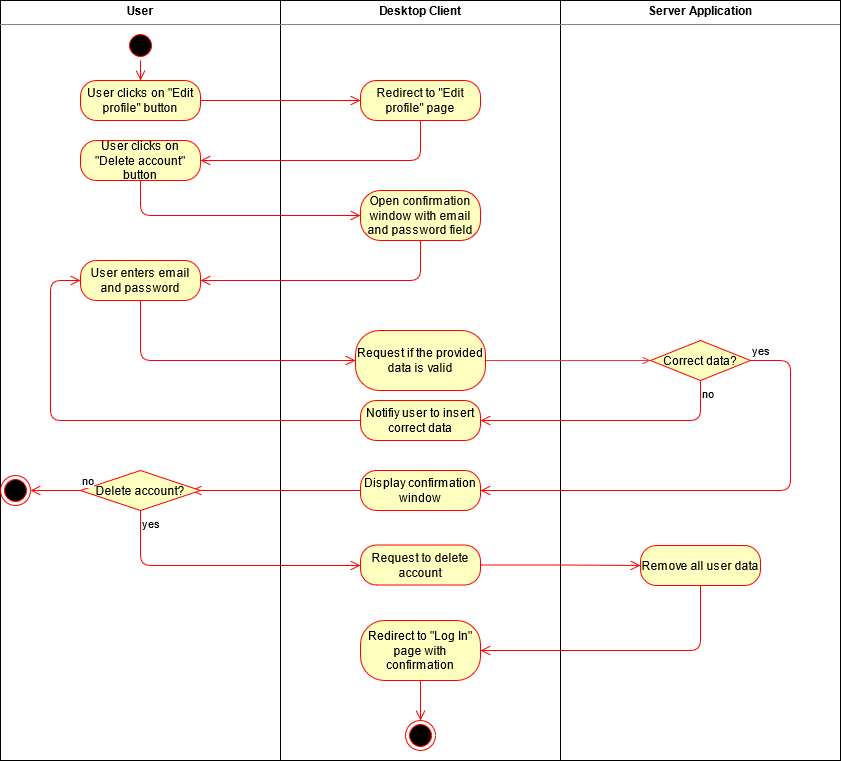
This is Diagrams/Activity Diagrams/DeleteAccountActivityDiagram.png from LorenzSeufert/CeangalMessenger---Documentation, a draw.io export, as it was before one commit. Source tidied: cells renumbered, new cells last; positions are measured from the earlier drawing's top-left corner, leaving out a move shared by most shapes. Source of this version:
```xml
<mxGraphModel>
  <root>
    <mxCell id="0" />
    <mxCell id="1" parent="0" />
    <mxCell id="2" value="&lt;p style=&quot;margin: 0px ; margin-top: 4px ; text-align: center&quot;&gt;&lt;b&gt;User&lt;/b&gt;&lt;br&gt;&lt;/p&gt;&lt;hr size=&quot;1&quot;&gt;" style="verticalAlign=top;align=left;overflow=fill;fontSize=12;fontFamily=Helvetica;html=1;" parent="1" vertex="1">
      <mxGeometry width="280" height="760" as="geometry" />
    </mxCell>
    <mxCell id="3" value="&lt;p style=&quot;margin: 0px ; margin-top: 4px ; text-align: center&quot;&gt;&lt;b&gt;Desktop Client&lt;/b&gt;&lt;br&gt;&lt;/p&gt;&lt;hr size=&quot;1&quot;&gt;&lt;div style=&quot;height: 2px&quot;&gt;&lt;/div&gt;" style="verticalAlign=top;align=left;overflow=fill;fontSize=12;fontFamily=Helvetica;html=1;" parent="1" vertex="1">
      <mxGeometry x="280" width="280" height="760" as="geometry" />
    </mxCell>
    <mxCell id="4" value="&lt;p style=&quot;margin: 0px ; margin-top: 4px ; text-align: center&quot;&gt;&lt;b&gt;Server Application&lt;/b&gt;&lt;br&gt;&lt;/p&gt;&lt;hr size=&quot;1&quot;&gt;&lt;div style=&quot;height: 2px&quot;&gt;&lt;/div&gt;" style="verticalAlign=top;align=left;overflow=fill;fontSize=12;fontFamily=Helvetica;html=1;" parent="1" vertex="1">
      <mxGeometry x="560" width="280" height="760" as="geometry" />
    </mxCell>
    <mxCell id="5" style="ellipse;html=1;shape=startState;fillColor=#000000;strokeColor=#ff0000;" parent="1" vertex="1">
      <mxGeometry x="125" y="30" width="30" height="30" as="geometry" />
    </mxCell>
    <mxCell id="6" style="edgeStyle=orthogonalEdgeStyle;html=1;verticalAlign=bottom;endArrow=open;endSize=8;strokeColor=#ff0000;" parent="1" edge="1" source="5">
      <mxGeometry relative="1" as="geometry">
        <mxPoint x="140" y="80" as="targetPoint" />
      </mxGeometry>
    </mxCell>
    <mxCell id="7" value="User clicks on &quot;Edit profile&quot; button" style="rounded=1;whiteSpace=wrap;html=1;arcSize=40;fontColor=#000000;fillColor=#ffffc0;strokeColor=#ff0000;" parent="1" vertex="1">
      <mxGeometry x="80" y="80" width="120" height="40" as="geometry" />
    </mxCell>
    <mxCell id="8" style="edgeStyle=orthogonalEdgeStyle;html=1;verticalAlign=bottom;endArrow=open;endSize=8;strokeColor=#ff0000;" parent="1" edge="1" source="7" target="9">
      <mxGeometry relative="1" as="geometry" />
    </mxCell>
    <mxCell id="9" value="Redirect to &quot;Edit profile&quot; page" style="rounded=1;whiteSpace=wrap;html=1;arcSize=40;fontColor=#000000;fillColor=#ffffc0;strokeColor=#ff0000;" parent="1" vertex="1">
      <mxGeometry x="360" y="80" width="120" height="40" as="geometry" />
    </mxCell>
    <mxCell id="10" style="edgeStyle=orthogonalEdgeStyle;html=1;verticalAlign=bottom;endArrow=open;endSize=8;strokeColor=#ff0000;" parent="1" edge="1" source="9" target="11">
      <mxGeometry relative="1" as="geometry">
        <Array as="points">
          <mxPoint x="420" y="160" />
        </Array>
      </mxGeometry>
    </mxCell>
    <mxCell id="11" value="User clicks on &quot;Delete account&quot; button" style="rounded=1;whiteSpace=wrap;html=1;arcSize=40;fontColor=#000000;fillColor=#ffffc0;strokeColor=#ff0000;" parent="1" vertex="1">
      <mxGeometry x="80" y="140" width="120" height="40" as="geometry" />
    </mxCell>
    <mxCell id="12" style="edgeStyle=orthogonalEdgeStyle;html=1;verticalAlign=bottom;endArrow=open;endSize=8;strokeColor=#ff0000;" parent="1" edge="1" source="11" target="13">
      <mxGeometry relative="1" as="geometry">
        <Array as="points">
          <mxPoint x="140" y="215" />
        </Array>
      </mxGeometry>
    </mxCell>
    <mxCell id="13" value="Open confirmation window with email and password field" style="rounded=1;whiteSpace=wrap;html=1;arcSize=40;fontColor=#000000;fillColor=#ffffc0;strokeColor=#ff0000;" parent="1" vertex="1">
      <mxGeometry x="360" y="190" width="120" height="50" as="geometry" />
    </mxCell>
    <mxCell id="14" style="edgeStyle=orthogonalEdgeStyle;html=1;verticalAlign=bottom;endArrow=open;endSize=8;strokeColor=#ff0000;entryX=1;entryY=0.5;entryDx=0;entryDy=0;" parent="1" edge="1" source="13" target="15">
      <mxGeometry relative="1" as="geometry">
        <Array as="points">
          <mxPoint x="420" y="280" />
        </Array>
      </mxGeometry>
    </mxCell>
    <mxCell id="15" value="User enters email and password" style="rounded=1;whiteSpace=wrap;html=1;arcSize=40;fontColor=#000000;fillColor=#ffffc0;strokeColor=#ff0000;" parent="1" vertex="1">
      <mxGeometry x="80" y="260" width="120" height="40" as="geometry" />
    </mxCell>
    <mxCell id="16" style="edgeStyle=orthogonalEdgeStyle;html=1;verticalAlign=bottom;endArrow=open;endSize=8;strokeColor=#ff0000;" parent="1" edge="1" source="15" target="18">
      <mxGeometry relative="1" as="geometry">
        <Array as="points">
          <mxPoint x="140" y="360" />
        </Array>
      </mxGeometry>
    </mxCell>
    <mxCell id="17" style="edgeStyle=orthogonalEdgeStyle;rounded=0;jettySize=auto;html=1;entryX=0;entryY=0.5;entryDx=0;entryDy=0;strokeColor=#FF3333;endArrow=open;endFill=0;" parent="1" edge="1" source="18" target="19">
      <mxGeometry relative="1" as="geometry" />
    </mxCell>
    <mxCell id="18" value="Request if the provided data is valid" style="rounded=1;whiteSpace=wrap;html=1;arcSize=40;fontColor=#000000;fillColor=#ffffc0;strokeColor=#ff0000;" parent="1" vertex="1">
      <mxGeometry x="355" y="330" width="130" height="60" as="geometry" />
    </mxCell>
    <mxCell id="19" value="Correct data?" style="rhombus;whiteSpace=wrap;html=1;fillColor=#ffffc0;strokeColor=#ff0000;" parent="1" vertex="1">
      <mxGeometry x="650" y="340" width="100" height="40" as="geometry" />
    </mxCell>
    <mxCell id="20" value="yes" style="edgeStyle=orthogonalEdgeStyle;html=1;align=left;verticalAlign=bottom;endArrow=open;endSize=8;strokeColor=#ff0000;exitX=1;exitY=0.5;exitDx=0;exitDy=0;" parent="1" edge="1" source="19" target="24">
      <mxGeometry x="-1" relative="1" as="geometry">
        <Array as="points">
          <mxPoint x="790" y="360" />
          <mxPoint x="790" y="490" />
        </Array>
      </mxGeometry>
    </mxCell>
    <mxCell id="21" value="no" style="edgeStyle=orthogonalEdgeStyle;html=1;align=left;verticalAlign=top;endArrow=open;endSize=8;strokeColor=#ff0000;" parent="1" edge="1" source="19" target="22">
      <mxGeometry x="-1" relative="1" as="geometry">
        <Array as="points">
          <mxPoint x="700" y="420" />
        </Array>
      </mxGeometry>
    </mxCell>
    <mxCell id="22" value="Notifiy user to insert correct data" style="rounded=1;whiteSpace=wrap;html=1;arcSize=40;fontColor=#000000;fillColor=#ffffc0;strokeColor=#ff0000;" parent="1" vertex="1">
      <mxGeometry x="360" y="400" width="120" height="40" as="geometry" />
    </mxCell>
    <mxCell id="23" style="edgeStyle=orthogonalEdgeStyle;html=1;verticalAlign=bottom;endArrow=open;endSize=8;strokeColor=#ff0000;" parent="1" edge="1" source="22" target="15">
      <mxGeometry relative="1" as="geometry">
        <Array as="points">
          <mxPoint x="50" y="420" />
          <mxPoint x="50" y="280" />
        </Array>
      </mxGeometry>
    </mxCell>
    <mxCell id="24" value="Display confirmation window" style="rounded=1;whiteSpace=wrap;html=1;arcSize=40;fontColor=#000000;fillColor=#ffffc0;strokeColor=#ff0000;" parent="1" vertex="1">
      <mxGeometry x="360" y="470" width="120" height="40" as="geometry" />
    </mxCell>
    <mxCell id="25" style="edgeStyle=orthogonalEdgeStyle;html=1;verticalAlign=bottom;endArrow=open;endSize=8;strokeColor=#ff0000;entryX=0.925;entryY=0.5;entryDx=0;entryDy=0;entryPerimeter=0;" parent="1" edge="1" source="24" target="26">
      <mxGeometry relative="1" as="geometry" />
    </mxCell>
    <mxCell id="26" value="Delete account?" style="rhombus;whiteSpace=wrap;html=1;fillColor=#ffffc0;strokeColor=#ff0000;" parent="1" vertex="1">
      <mxGeometry x="80" y="470" width="120" height="40" as="geometry" />
    </mxCell>
    <mxCell id="27" value="no" style="edgeStyle=orthogonalEdgeStyle;html=1;align=left;verticalAlign=bottom;endArrow=open;endSize=8;strokeColor=#ff0000;" parent="1" edge="1" source="26" target="29">
      <mxGeometry x="-1" relative="1" as="geometry" />
    </mxCell>
    <mxCell id="28" value="yes" style="edgeStyle=orthogonalEdgeStyle;html=1;align=left;verticalAlign=top;endArrow=open;endSize=8;strokeColor=#ff0000;" parent="1" edge="1" source="26" target="30">
      <mxGeometry x="-1" relative="1" as="geometry">
        <Array as="points">
          <mxPoint x="140" y="565" />
        </Array>
      </mxGeometry>
    </mxCell>
    <mxCell id="29" style="ellipse;html=1;shape=endState;fillColor=#000000;strokeColor=#ff0000;" parent="1" vertex="1">
      <mxGeometry y="475" width="30" height="30" as="geometry" />
    </mxCell>
    <mxCell id="30" value="Request to delete account" style="rounded=1;whiteSpace=wrap;html=1;arcSize=40;fontColor=#000000;fillColor=#ffffc0;strokeColor=#ff0000;" parent="1" vertex="1">
      <mxGeometry x="360" y="544.5" width="120" height="40" as="geometry" />
    </mxCell>
    <mxCell id="31" style="edgeStyle=orthogonalEdgeStyle;html=1;verticalAlign=bottom;endArrow=open;endSize=8;strokeColor=#ff0000;" parent="1" edge="1" source="30" target="32">
      <mxGeometry relative="1" as="geometry" />
    </mxCell>
    <mxCell id="32" value="Remove all user data" style="rounded=1;whiteSpace=wrap;html=1;arcSize=40;fontColor=#000000;fillColor=#ffffc0;strokeColor=#ff0000;" parent="1" vertex="1">
      <mxGeometry x="640" y="545" width="120" height="40" as="geometry" />
    </mxCell>
    <mxCell id="33" style="edgeStyle=orthogonalEdgeStyle;html=1;verticalAlign=bottom;endArrow=open;endSize=8;strokeColor=#ff0000;" parent="1" edge="1" source="32" target="34">
      <mxGeometry relative="1" as="geometry">
        <Array as="points">
          <mxPoint x="700" y="650" />
        </Array>
      </mxGeometry>
    </mxCell>
    <mxCell id="34" value="Redirect to &quot;Log In&quot; page with confirmation" style="rounded=1;whiteSpace=wrap;html=1;arcSize=40;fontColor=#000000;fillColor=#ffffc0;strokeColor=#ff0000;" parent="1" vertex="1">
      <mxGeometry x="360" y="620" width="120" height="60" as="geometry" />
    </mxCell>
    <mxCell id="35" style="edgeStyle=orthogonalEdgeStyle;html=1;verticalAlign=bottom;endArrow=open;endSize=8;strokeColor=#ff0000;" parent="1" edge="1" source="34">
      <mxGeometry relative="1" as="geometry">
        <mxPoint x="420" y="720" as="targetPoint" />
      </mxGeometry>
    </mxCell>
    <mxCell id="36" style="ellipse;html=1;shape=endState;fillColor=#000000;strokeColor=#ff0000;" parent="1" vertex="1">
      <mxGeometry x="405" y="720" width="30" height="30" as="geometry" />
    </mxCell>
  </root>
</mxGraphModel>
```
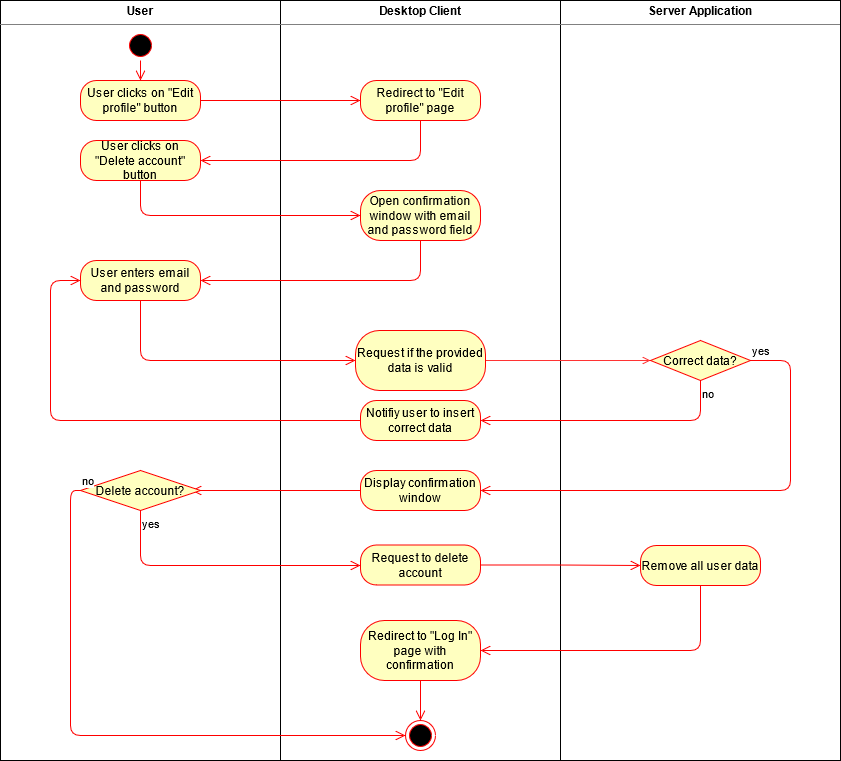
The same file after the commit.

What changed in the source:
```diff
@@ -109,8 +109,13 @@
     <mxCell id="26" value="Delete account?" style="rhombus;whiteSpace=wrap;html=1;fillColor=#ffffc0;strokeColor=#ff0000;" parent="1" vertex="1">
       <mxGeometry x="80" y="470" width="120" height="40" as="geometry" />
     </mxCell>
-    <mxCell id="27" value="no" style="edgeStyle=orthogonalEdgeStyle;html=1;align=left;verticalAlign=bottom;endArrow=open;endSize=8;strokeColor=#ff0000;" parent="1" edge="1" source="26" target="29">
-      <mxGeometry x="-1" relative="1" as="geometry" />
+    <mxCell id="27" value="no" style="edgeStyle=orthogonalEdgeStyle;html=1;align=left;verticalAlign=bottom;endArrow=open;endSize=8;strokeColor=#ff0000;exitX=0;exitY=0.5;exitDx=0;exitDy=0;" parent="1" edge="1" source="26" target="36">
+      <mxGeometry x="-1" relative="1" as="geometry">
+        <Array as="points">
+          <mxPoint x="70" y="490" />
+          <mxPoint x="70" y="735" />
+        </Array>
+      </mxGeometry>
     </mxCell>
     <mxCell id="28" value="yes" style="edgeStyle=orthogonalEdgeStyle;html=1;align=left;verticalAlign=top;endArrow=open;endSize=8;strokeColor=#ff0000;" parent="1" edge="1" source="26" target="30">
       <mxGeometry x="-1" relative="1" as="geometry">
@@ -119,9 +124,6 @@
         </Array>
       </mxGeometry>
     </mxCell>
-    <mxCell id="29" style="ellipse;html=1;shape=endState;fillColor=#000000;strokeColor=#ff0000;" parent="1" vertex="1">
-      <mxGeometry y="475" width="30" height="30" as="geometry" />
-    </mxCell>
     <mxCell id="30" value="Request to delete account" style="rounded=1;whiteSpace=wrap;html=1;arcSize=40;fontColor=#000000;fillColor=#ffffc0;strokeColor=#ff0000;" parent="1" vertex="1">
       <mxGeometry x="360" y="544.5" width="120" height="40" as="geometry" />
     </mxCell>
```
